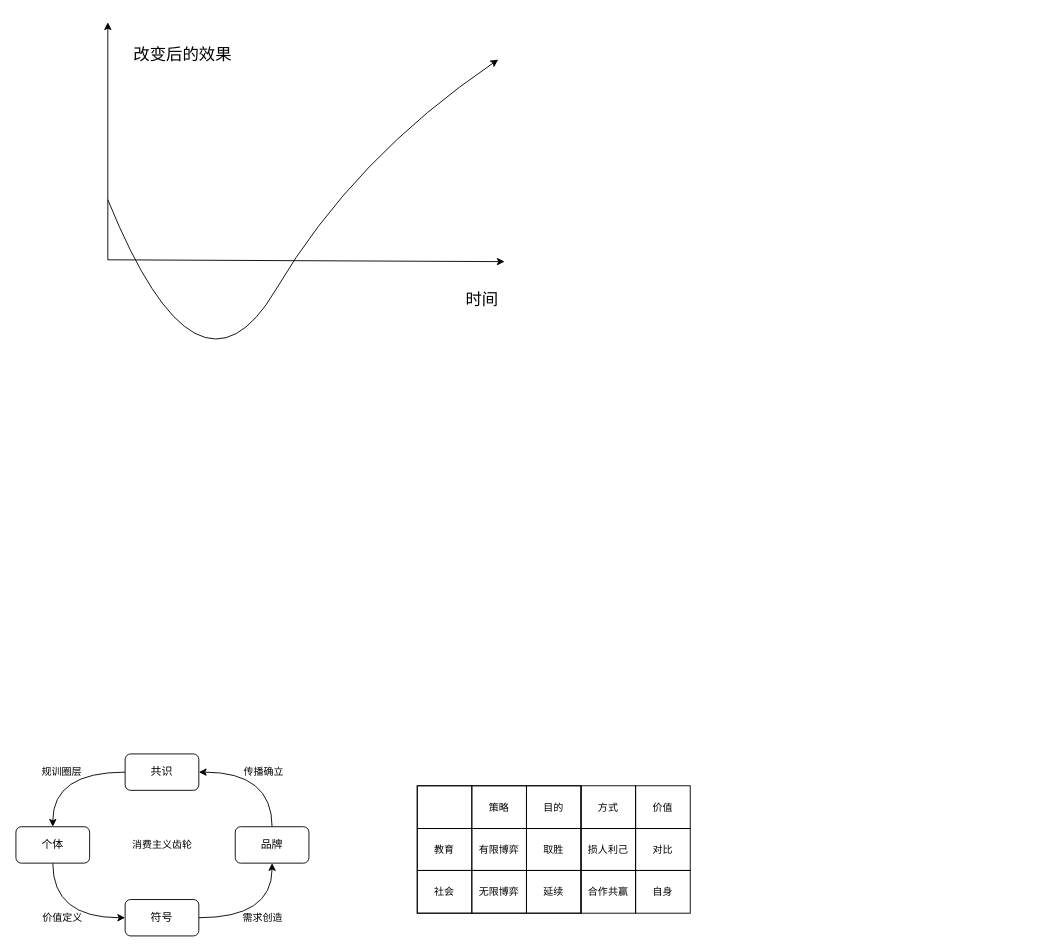
Before: page "第 8 页" (8 of 8) of 人生重启计划.drawio in youyusan/life_system, a draw.io diagram. Source tidied: cells renumbered, new cells numbered last; positions are measured from the earlier drawing's top-left corner, leaving out a move shared by most shapes. Both pictures are drawn from the tidied source at 91%, with x=0, y=0 at pixel (15, 22).
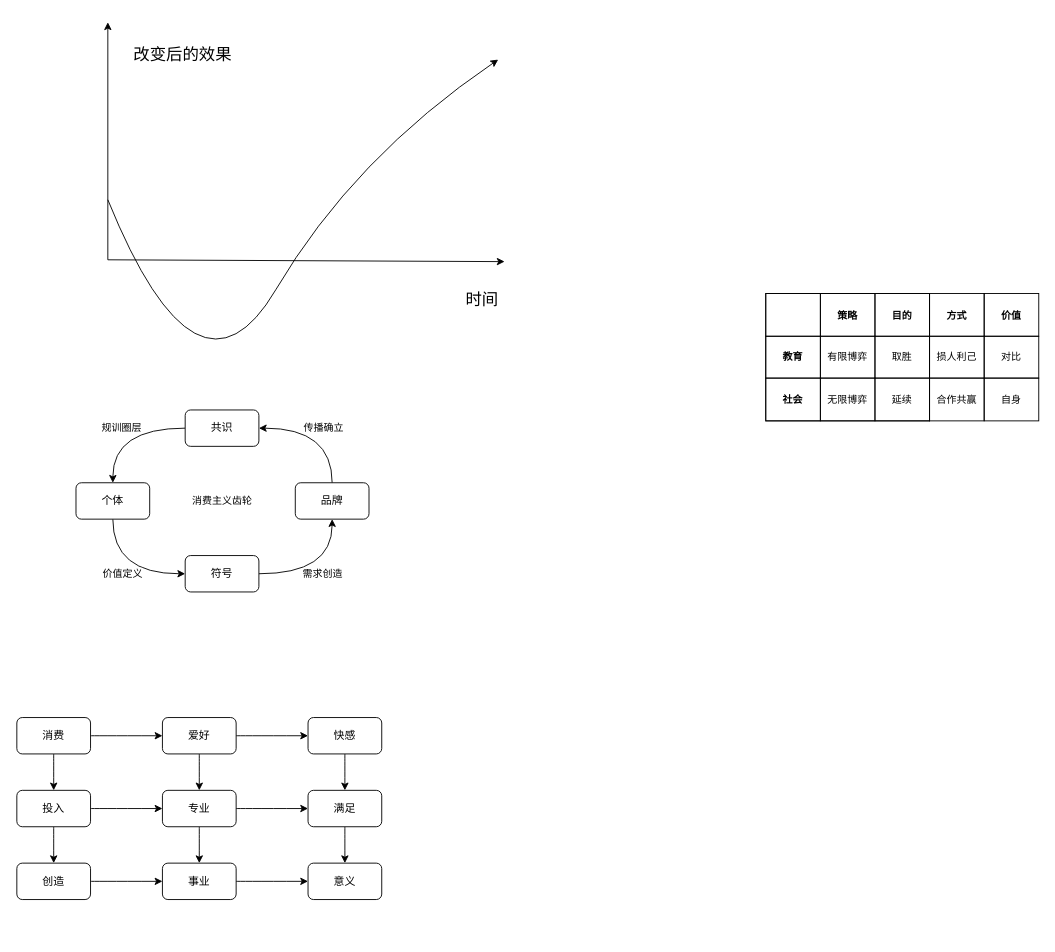
The same page after the edit.

Commit message (it also covers changes not shown here):
更新人生重启计划.drawio

Unchanged cells that the change refers to:
```xml
<mxCell id="17" style="shape=tableRow;horizontal=0;startSize=0;swimlaneHead=0;swimlaneBody=0;top=0;left=0;bottom=0;right=0;fontStyle=0;fillColor=none;strokeColor=inherit;fontFamily=Helvetica;fontSize=11;fontColor=default;labelBackgroundColor=default;" parent="16" vertex="1">
  <mxGeometry width="180" height="47" as="geometry" />
</mxCell>
<mxCell id="21" style="shape=tableRow;horizontal=0;startSize=0;swimlaneHead=0;swimlaneBody=0;top=0;left=0;bottom=0;right=0;fontStyle=0;fillColor=none;strokeColor=inherit;fontFamily=Helvetica;fontSize=11;fontColor=default;labelBackgroundColor=default;" parent="16" vertex="1">
  <mxGeometry y="47" width="180" height="46" as="geometry" />
</mxCell>
<mxCell id="25" style="shape=tableRow;horizontal=0;startSize=0;swimlaneHead=0;swimlaneBody=0;top=0;left=0;bottom=0;right=0;fontStyle=0;fillColor=none;strokeColor=inherit;fontFamily=Helvetica;fontSize=11;fontColor=default;labelBackgroundColor=default;" parent="16" vertex="1">
  <mxGeometry y="93" width="180" height="47" as="geometry" />
</mxCell>
```

Diff of the diagram source:
```diff
@@
     <mxCell id="8" value="个体" style="rounded=1;whiteSpace=wrap;html=1;" parent="1" vertex="1">
-      <mxGeometry y="884" width="81" height="40" as="geometry" />
+      <mxGeometry x="66" y="506" width="81" height="40" as="geometry" />
     </mxCell>
@@
     <mxCell id="10" value="符号" style="rounded=1;whiteSpace=wrap;html=1;" parent="1" vertex="1">
-      <mxGeometry x="120" y="964" width="81" height="40" as="geometry" />
+      <mxGeometry x="186" y="586" width="81" height="40" as="geometry" />
     </mxCell>
@@
     <mxCell id="12" value="品牌" style="rounded=1;whiteSpace=wrap;html=1;" parent="1" vertex="1">
-      <mxGeometry x="241" y="884" width="81" height="40" as="geometry" />
+      <mxGeometry x="307" y="506" width="81" height="40" as="geometry" />
     </mxCell>
@@
     <mxCell id="14" value="共识" style="rounded=1;whiteSpace=wrap;html=1;" parent="1" vertex="1">
-      <mxGeometry x="120" y="804" width="81" height="40" as="geometry" />
+      <mxGeometry x="186" y="426" width="81" height="40" as="geometry" />
     </mxCell>
     <mxCell id="15" value="消费主义齿轮" style="text;html=1;align=center;verticalAlign=middle;whiteSpace=wrap;rounded=0;fontFamily=Helvetica;fontSize=11;fontColor=default;labelBackgroundColor=default;" parent="1" vertex="1">
-      <mxGeometry x="125.5" y="889" width="70" height="30" as="geometry" />
+      <mxGeometry x="191.5" y="511" width="70" height="30" as="geometry" />
     </mxCell>
     <mxCell id="16" style="childLayout=tableLayout;shadow=0;fillColor=none;fontFamily=Helvetica;fontSize=11;fontColor=default;labelBackgroundColor=default;" parent="1" vertex="1">
-      <mxGeometry x="441" y="839" width="180" height="140" as="geometry" />
+      <mxGeometry x="824" y="298" width="180" height="140" as="geometry" />
     </mxCell>
@@
-    <mxCell id="19" value="策略" style="strokeColor=inherit;fillColor=none;align=center;whiteSpace=wrap;html=1;fontFamily=Helvetica;fontSize=11;fontColor=default;labelBackgroundColor=default;" parent="17" vertex="1">
+    <mxCell id="19" value="策略" style="strokeColor=inherit;fillColor=none;align=center;whiteSpace=wrap;html=1;fontFamily=Helvetica;fontSize=11;fontColor=default;labelBackgroundColor=default;fontStyle=1;" parent="17" vertex="1">
       <mxGeometry x="60" width="60" height="47" as="geometry" />
     </mxCell>
-    <mxCell id="20" value="目的" style="strokeColor=inherit;fillColor=none;align=center;whiteSpace=wrap;html=1;fontFamily=Helvetica;fontSize=11;fontColor=default;labelBackgroundColor=default;" parent="17" vertex="1">
+    <mxCell id="20" value="目的" style="strokeColor=inherit;fillColor=none;align=center;whiteSpace=wrap;html=1;fontFamily=Helvetica;fontSize=11;fontColor=default;labelBackgroundColor=default;fontStyle=1;" parent="17" vertex="1">
       <mxGeometry x="120" width="60" height="47" as="geometry" />
     </mxCell>
@@
-    <mxCell id="22" value="教育" style="strokeColor=inherit;fillColor=none;align=center;whiteSpace=wrap;html=1;fontFamily=Helvetica;fontSize=11;fontColor=default;labelBackgroundColor=default;" parent="21" vertex="1">
+    <mxCell id="22" value="教育" style="strokeColor=inherit;fillColor=none;align=center;whiteSpace=wrap;html=1;fontFamily=Helvetica;fontSize=11;fontColor=default;labelBackgroundColor=default;fontStyle=1;" parent="21" vertex="1">
       <mxGeometry width="60" height="46" as="geometry" />
     </mxCell>
@@
-    <mxCell id="26" value="社会" style="strokeColor=inherit;fillColor=none;align=center;whiteSpace=wrap;html=1;fontFamily=Helvetica;fontSize=11;fontColor=default;labelBackgroundColor=default;" parent="25" vertex="1">
+    <mxCell id="26" value="社会" style="strokeColor=inherit;fillColor=none;align=center;whiteSpace=wrap;html=1;fontFamily=Helvetica;fontSize=11;fontColor=default;labelBackgroundColor=default;fontStyle=1;" parent="25" vertex="1">
       <mxGeometry width="60" height="47" as="geometry" />
     </mxCell>
@@
-    <mxCell id="29" value="方式" style="strokeColor=inherit;fillColor=none;align=center;whiteSpace=wrap;html=1;fontFamily=Helvetica;fontSize=11;fontColor=default;labelBackgroundColor=default;" parent="1" vertex="1">
-      <mxGeometry x="621" y="839" width="60" height="47" as="geometry" />
+    <mxCell id="29" value="方式" style="strokeColor=inherit;fillColor=none;align=center;whiteSpace=wrap;html=1;fontFamily=Helvetica;fontSize=11;fontColor=default;labelBackgroundColor=default;fontStyle=1;" parent="1" vertex="1">
+      <mxGeometry x="1004" y="298" width="60" height="47" as="geometry" />
     </mxCell>
     <mxCell id="30" value="损人利己" style="strokeColor=inherit;fillColor=none;align=center;whiteSpace=wrap;html=1;fontFamily=Helvetica;fontSize=11;fontColor=default;labelBackgroundColor=default;" parent="1" vertex="1">
-      <mxGeometry x="621" y="886" width="60" height="46" as="geometry" />
+      <mxGeometry x="1004" y="345" width="60" height="46" as="geometry" />
     </mxCell>
     <mxCell id="31" value="合作共赢" style="strokeColor=inherit;fillColor=none;align=center;whiteSpace=wrap;html=1;fontFamily=Helvetica;fontSize=11;fontColor=default;labelBackgroundColor=default;" parent="1" vertex="1">
-      <mxGeometry x="621" y="932" width="60" height="47" as="geometry" />
+      <mxGeometry x="1004" y="391" width="60" height="47" as="geometry" />
     </mxCell>
-    <mxCell id="32" value="价值" style="strokeColor=inherit;fillColor=none;align=center;whiteSpace=wrap;html=1;fontFamily=Helvetica;fontSize=11;fontColor=default;labelBackgroundColor=default;" parent="1" vertex="1">
-      <mxGeometry x="681" y="839" width="60" height="47" as="geometry" />
+    <mxCell id="32" value="价值" style="strokeColor=inherit;fillColor=none;align=center;whiteSpace=wrap;html=1;fontFamily=Helvetica;fontSize=11;fontColor=default;labelBackgroundColor=default;fontStyle=1;" parent="1" vertex="1">
+      <mxGeometry x="1064" y="298" width="60" height="47" as="geometry" />
     </mxCell>
     <mxCell id="33" value="对比" style="strokeColor=inherit;fillColor=none;align=center;whiteSpace=wrap;html=1;fontFamily=Helvetica;fontSize=11;fontColor=default;labelBackgroundColor=default;" parent="1" vertex="1">
-      <mxGeometry x="681" y="886" width="60" height="46" as="geometry" />
+      <mxGeometry x="1064" y="345" width="60" height="46" as="geometry" />
     </mxCell>
     <mxCell id="34" value="自身" style="strokeColor=inherit;fillColor=none;align=center;whiteSpace=wrap;html=1;fontFamily=Helvetica;fontSize=11;fontColor=default;labelBackgroundColor=default;" parent="1" vertex="1">
-      <mxGeometry x="681" y="932" width="60" height="47" as="geometry" />
+      <mxGeometry x="1064" y="391" width="60" height="47" as="geometry" />
     </mxCell>
+    <mxCell id="35" style="edgeStyle=orthogonalEdgeStyle;shape=connector;curved=1;rounded=0;jettySize=auto;html=1;entryX=0;entryY=0.5;entryDx=0;entryDy=0;strokeColor=default;align=center;verticalAlign=middle;fontFamily=Helvetica;fontSize=11;fontColor=default;labelBackgroundColor=default;endArrow=classic;" parent="1" edge="1" source="37" target="40">
+      <mxGeometry relative="1" as="geometry" />
+    </mxCell>
+    <mxCell id="36" style="edgeStyle=orthogonalEdgeStyle;shape=connector;curved=1;rounded=0;jettySize=auto;html=1;strokeColor=default;align=center;verticalAlign=middle;fontFamily=Helvetica;fontSize=11;fontColor=default;labelBackgroundColor=default;endArrow=classic;" parent="1" edge="1" source="37" target="45">
+      <mxGeometry relative="1" as="geometry" />
+    </mxCell>
+    <mxCell id="37" value="消费" style="rounded=1;whiteSpace=wrap;html=1;" parent="1" vertex="1">
+      <mxGeometry x="1" y="764" width="81" height="40" as="geometry" />
+    </mxCell>
+    <mxCell id="38" style="edgeStyle=orthogonalEdgeStyle;shape=connector;curved=1;rounded=0;jettySize=auto;html=1;strokeColor=default;align=center;verticalAlign=middle;fontFamily=Helvetica;fontSize=11;fontColor=default;labelBackgroundColor=default;endArrow=classic;" parent="1" edge="1" source="40" target="42">
+      <mxGeometry relative="1" as="geometry" />
+    </mxCell>
+    <mxCell id="39" style="edgeStyle=orthogonalEdgeStyle;shape=connector;curved=1;rounded=0;jettySize=auto;html=1;strokeColor=default;align=center;verticalAlign=middle;fontFamily=Helvetica;fontSize=11;fontColor=default;labelBackgroundColor=default;endArrow=classic;" parent="1" edge="1" source="40" target="48">
+      <mxGeometry relative="1" as="geometry" />
+    </mxCell>
+    <mxCell id="40" value="爱好" style="rounded=1;whiteSpace=wrap;html=1;" parent="1" vertex="1">
+      <mxGeometry x="161" y="764" width="81" height="40" as="geometry" />
+    </mxCell>
+    <mxCell id="41" style="edgeStyle=orthogonalEdgeStyle;shape=connector;curved=1;rounded=0;jettySize=auto;html=1;strokeColor=default;align=center;verticalAlign=middle;fontFamily=Helvetica;fontSize=11;fontColor=default;labelBackgroundColor=default;endArrow=classic;" parent="1" edge="1" source="42" target="50">
+      <mxGeometry relative="1" as="geometry" />
+    </mxCell>
+    <mxCell id="42" value="快感" style="rounded=1;whiteSpace=wrap;html=1;" parent="1" vertex="1">
+      <mxGeometry x="321" y="764" width="81" height="40" as="geometry" />
+    </mxCell>
+    <mxCell id="43" style="edgeStyle=orthogonalEdgeStyle;shape=connector;curved=1;rounded=0;jettySize=auto;html=1;strokeColor=default;align=center;verticalAlign=middle;fontFamily=Helvetica;fontSize=11;fontColor=default;labelBackgroundColor=default;endArrow=classic;" parent="1" edge="1" source="45" target="48">
+      <mxGeometry relative="1" as="geometry" />
+    </mxCell>
+    <mxCell id="44" style="edgeStyle=orthogonalEdgeStyle;shape=connector;curved=1;rounded=0;jettySize=auto;html=1;strokeColor=default;align=center;verticalAlign=middle;fontFamily=Helvetica;fontSize=11;fontColor=default;labelBackgroundColor=default;endArrow=classic;" parent="1" edge="1" source="45" target="52">
+      <mxGeometry relative="1" as="geometry" />
+    </mxCell>
+    <mxCell id="45" value="投入" style="rounded=1;whiteSpace=wrap;html=1;" parent="1" vertex="1">
+      <mxGeometry x="1" y="844" width="81" height="40" as="geometry" />
+    </mxCell>
+    <mxCell id="46" style="edgeStyle=orthogonalEdgeStyle;shape=connector;curved=1;rounded=0;jettySize=auto;html=1;strokeColor=default;align=center;verticalAlign=middle;fontFamily=Helvetica;fontSize=11;fontColor=default;labelBackgroundColor=default;endArrow=classic;" parent="1" edge="1" source="48" target="50">
+      <mxGeometry relative="1" as="geometry" />
+    </mxCell>
+    <mxCell id="47" style="edgeStyle=orthogonalEdgeStyle;shape=connector;curved=1;rounded=0;jettySize=auto;html=1;entryX=0.5;entryY=0;entryDx=0;entryDy=0;strokeColor=default;align=center;verticalAlign=middle;fontFamily=Helvetica;fontSize=11;fontColor=default;labelBackgroundColor=default;endArrow=classic;" parent="1" edge="1" source="48" target="54">
+      <mxGeometry relative="1" as="geometry" />
+    </mxCell>
+    <mxCell id="48" value="专业" style="rounded=1;whiteSpace=wrap;html=1;" parent="1" vertex="1">
+      <mxGeometry x="161" y="844" width="81" height="40" as="geometry" />
+    </mxCell>
+    <mxCell id="49" style="edgeStyle=orthogonalEdgeStyle;shape=connector;curved=1;rounded=0;jettySize=auto;html=1;strokeColor=default;align=center;verticalAlign=middle;fontFamily=Helvetica;fontSize=11;fontColor=default;labelBackgroundColor=default;endArrow=classic;" parent="1" edge="1" source="50" target="55">
+      <mxGeometry relative="1" as="geometry" />
+    </mxCell>
+    <mxCell id="50" value="满足" style="rounded=1;whiteSpace=wrap;html=1;" parent="1" vertex="1">
+      <mxGeometry x="321" y="844" width="81" height="40" as="geometry" />
+    </mxCell>
+    <mxCell id="51" style="edgeStyle=orthogonalEdgeStyle;shape=connector;curved=1;rounded=0;jettySize=auto;html=1;strokeColor=default;align=center;verticalAlign=middle;fontFamily=Helvetica;fontSize=11;fontColor=default;labelBackgroundColor=default;endArrow=classic;" parent="1" edge="1" source="52" target="54">
+      <mxGeometry relative="1" as="geometry" />
+    </mxCell>
+    <mxCell id="52" value="创造" style="rounded=1;whiteSpace=wrap;html=1;" parent="1" vertex="1">
+      <mxGeometry x="1" y="924" width="81" height="40" as="geometry" />
+    </mxCell>
+    <mxCell id="53" style="edgeStyle=orthogonalEdgeStyle;shape=connector;curved=1;rounded=0;jettySize=auto;html=1;strokeColor=default;align=center;verticalAlign=middle;fontFamily=Helvetica;fontSize=11;fontColor=default;labelBackgroundColor=default;endArrow=classic;" parent="1" edge="1" source="54" target="55">
+      <mxGeometry relative="1" as="geometry" />
+    </mxCell>
+    <mxCell id="54" value="事业" style="rounded=1;whiteSpace=wrap;html=1;" parent="1" vertex="1">
+      <mxGeometry x="161" y="924" width="81" height="40" as="geometry" />
+    </mxCell>
+    <mxCell id="55" value="意义" style="rounded=1;whiteSpace=wrap;html=1;" parent="1" vertex="1">
+      <mxGeometry x="321" y="924" width="81" height="40" as="geometry" />
+    </mxCell>
```
